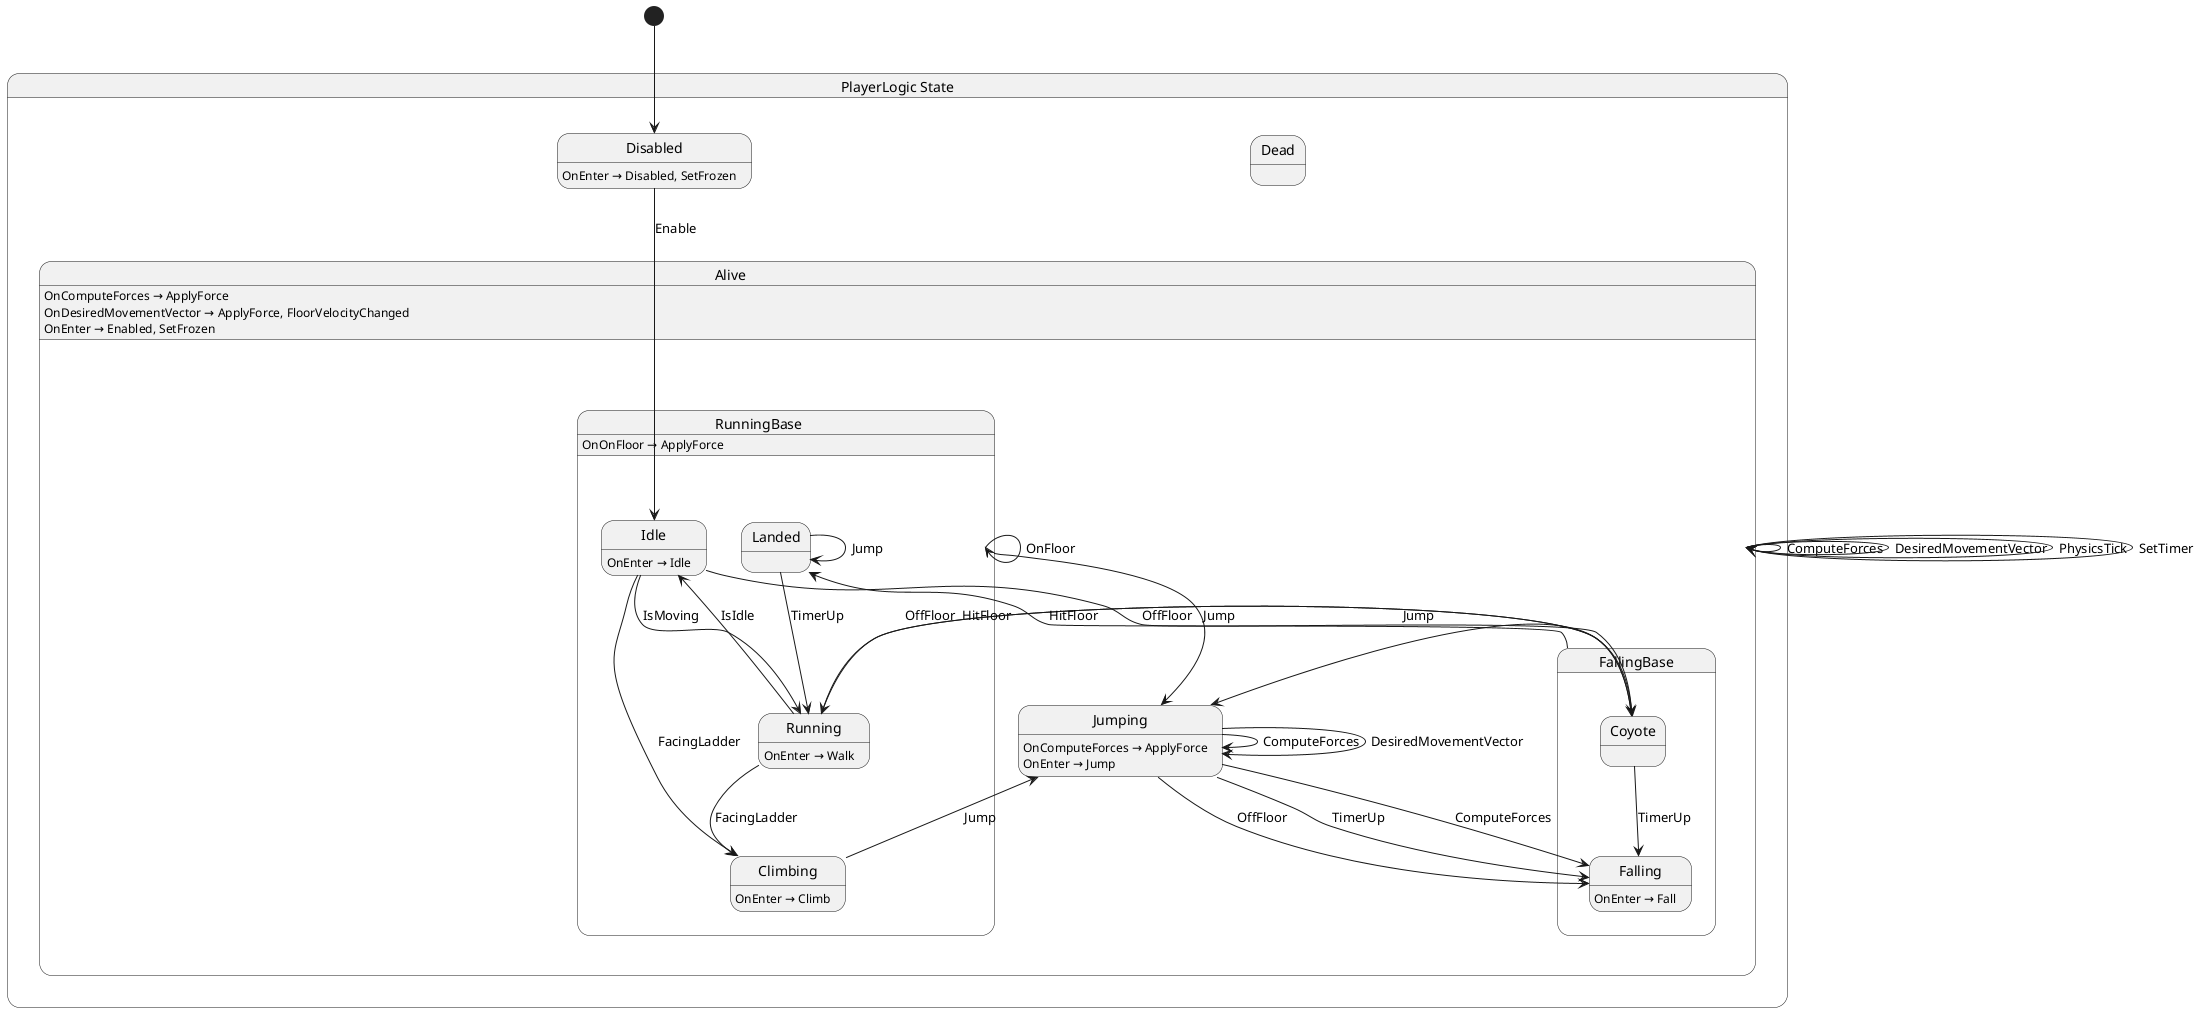
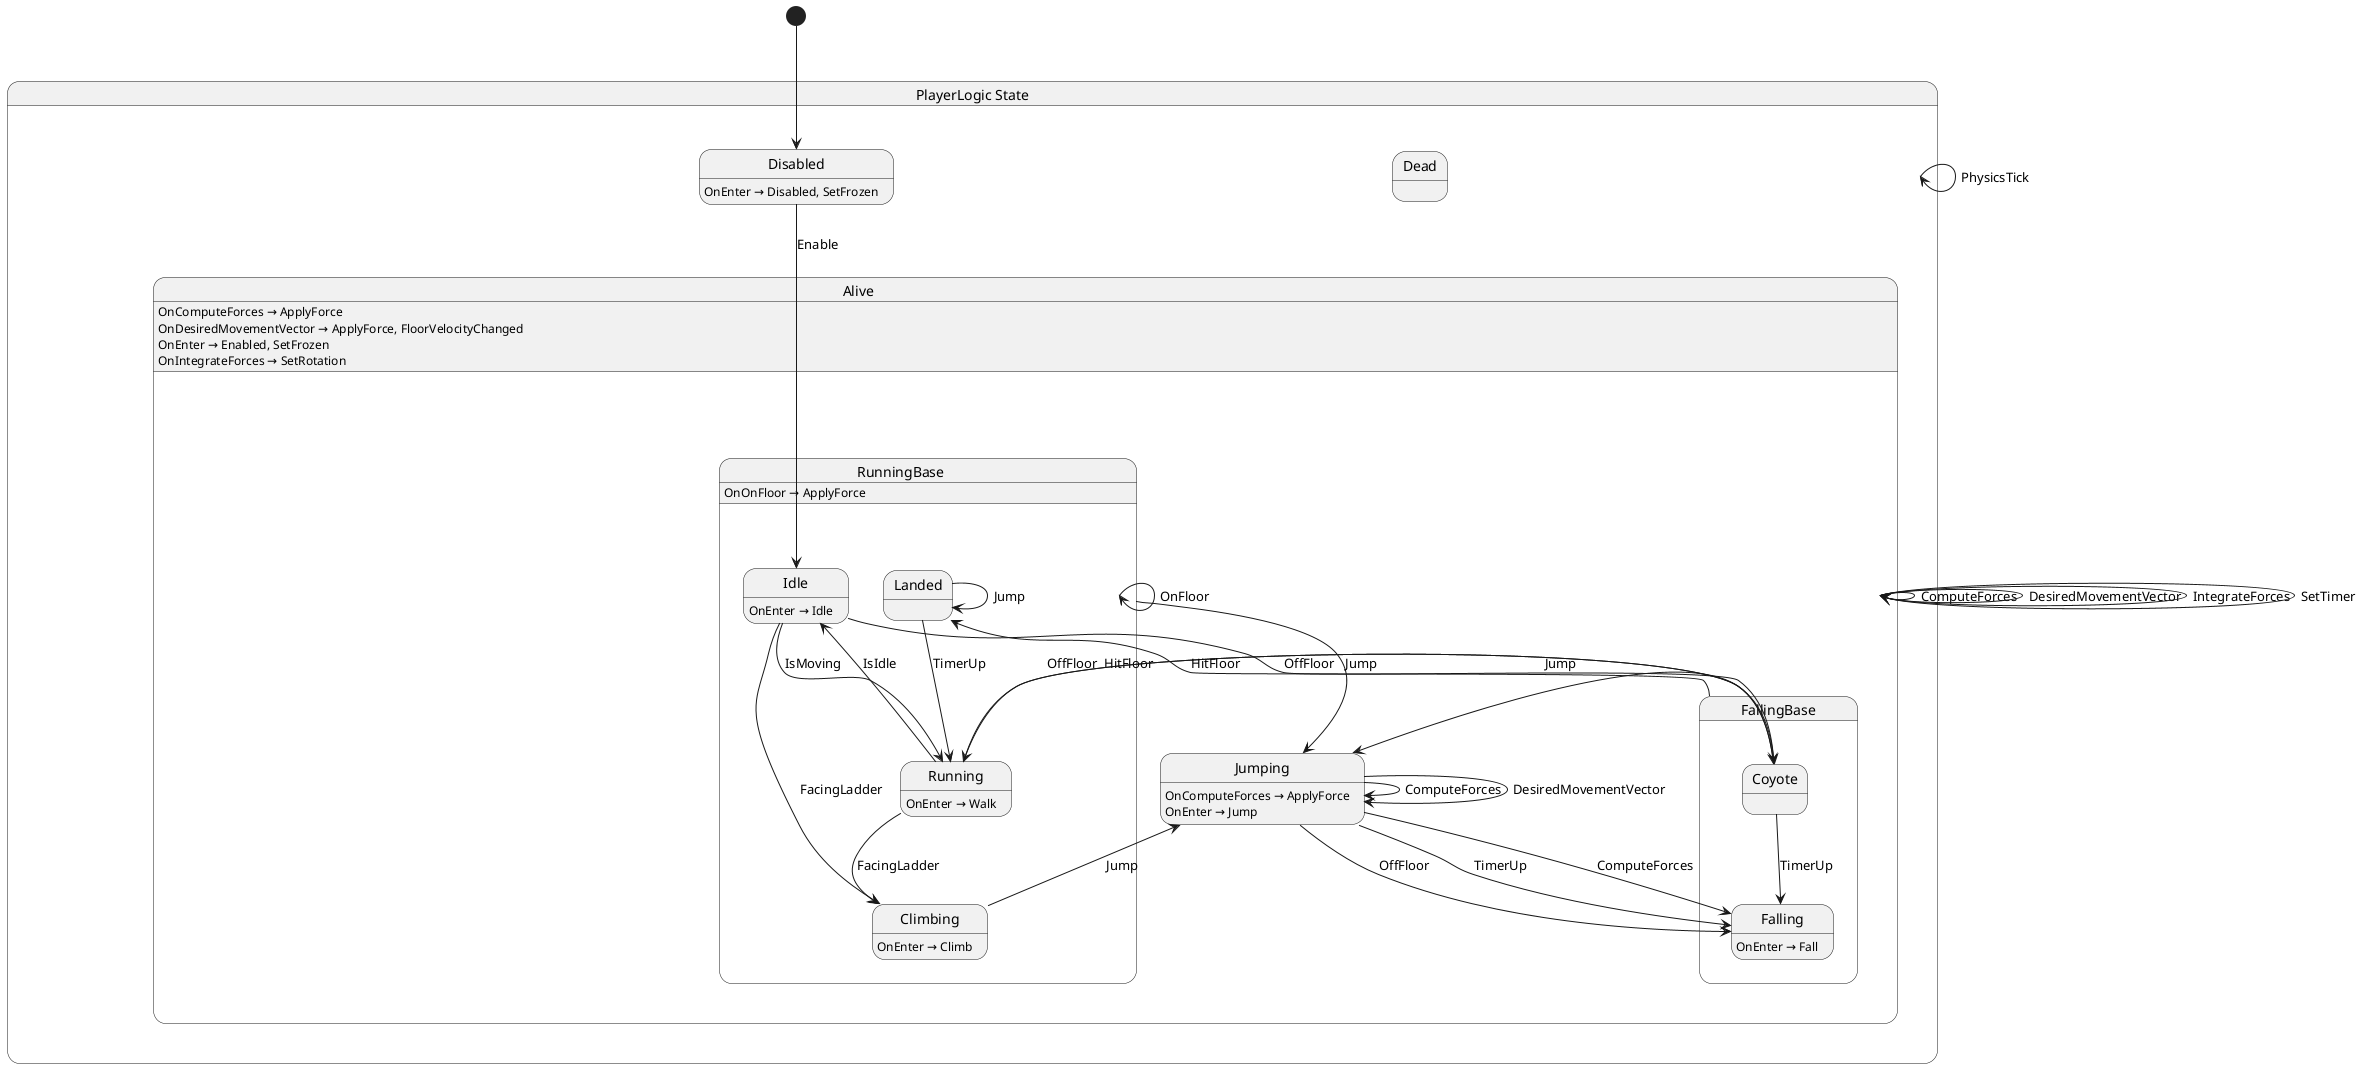
@startuml PlayerLogic
state "PlayerLogic State" as Jomolith_Play_Player_State_PlayerLogic_PlayerState {
  state "Alive" as Jomolith_Play_Player_State_PlayerLogic_PlayerState_Alive {
    state "FallingBase" as Jomolith_Play_Player_State_PlayerLogic_PlayerState_FallingBase {
      state "Coyote" as Jomolith_Play_Player_State_PlayerLogic_PlayerState_Coyote
      state "Falling" as Jomolith_Play_Player_State_PlayerLogic_PlayerState_Falling
    }
    state "Jumping" as Jomolith_Play_Player_State_PlayerLogic_PlayerState_Jumping
    state "RunningBase" as Jomolith_Play_Player_State_PlayerLogic_PlayerState_RunningBase {
      state "Climbing" as Jomolith_Play_Player_State_PlayerLogic_PlayerState_Climbing
      state "Idle" as Jomolith_Play_Player_State_PlayerLogic_PlayerState_Idle
      state "Landed" as Jomolith_Play_Player_State_PlayerLogic_PlayerState_Landed
      state "Running" as Jomolith_Play_Player_State_PlayerLogic_PlayerState_Running
    }
  }
  state "Dead" as Jomolith_Play_Player_State_PlayerLogic_PlayerState_Dead
  state "Disabled" as Jomolith_Play_Player_State_PlayerLogic_PlayerState_Disabled
}

+ Jomolith_Play_Player_State_PlayerLogic_PlayerState --> Jomolith_Play_Player_State_PlayerLogic_PlayerState : PhysicsTick
Jomolith_Play_Player_State_PlayerLogic_PlayerState_Alive --> Jomolith_Play_Player_State_PlayerLogic_PlayerState_Alive : ComputeForces
Jomolith_Play_Player_State_PlayerLogic_PlayerState_Alive --> Jomolith_Play_Player_State_PlayerLogic_PlayerState_Alive : DesiredMovementVector
- Jomolith_Play_Player_State_PlayerLogic_PlayerState_Alive --> Jomolith_Play_Player_State_PlayerLogic_PlayerState_Alive : PhysicsTick
+ Jomolith_Play_Player_State_PlayerLogic_PlayerState_Alive --> Jomolith_Play_Player_State_PlayerLogic_PlayerState_Alive : IntegrateForces
Jomolith_Play_Player_State_PlayerLogic_PlayerState_Alive --> Jomolith_Play_Player_State_PlayerLogic_PlayerState_Alive : SetTimer
Jomolith_Play_Player_State_PlayerLogic_PlayerState_Climbing --> Jomolith_Play_Player_State_PlayerLogic_PlayerState_Jumping : Jump
Jomolith_Play_Player_State_PlayerLogic_PlayerState_Coyote --> Jomolith_Play_Player_State_PlayerLogic_PlayerState_Falling : TimerUp
Jomolith_Play_Player_State_PlayerLogic_PlayerState_Coyote --> Jomolith_Play_Player_State_PlayerLogic_PlayerState_Jumping : Jump
Jomolith_Play_Player_State_PlayerLogic_PlayerState_Coyote --> Jomolith_Play_Player_State_PlayerLogic_PlayerState_Running : HitFloor
Jomolith_Play_Player_State_PlayerLogic_PlayerState_Disabled --> Jomolith_Play_Player_State_PlayerLogic_PlayerState_Idle : Enable
Jomolith_Play_Player_State_PlayerLogic_PlayerState_FallingBase --> Jomolith_Play_Player_State_PlayerLogic_PlayerState_Landed : HitFloor
Jomolith_Play_Player_State_PlayerLogic_PlayerState_Idle --> Jomolith_Play_Player_State_PlayerLogic_PlayerState_Climbing : FacingLadder
Jomolith_Play_Player_State_PlayerLogic_PlayerState_Idle --> Jomolith_Play_Player_State_PlayerLogic_PlayerState_Coyote : OffFloor
Jomolith_Play_Player_State_PlayerLogic_PlayerState_Idle --> Jomolith_Play_Player_State_PlayerLogic_PlayerState_Running : IsMoving
Jomolith_Play_Player_State_PlayerLogic_PlayerState_Jumping --> Jomolith_Play_Player_State_PlayerLogic_PlayerState_Falling : ComputeForces
Jomolith_Play_Player_State_PlayerLogic_PlayerState_Jumping --> Jomolith_Play_Player_State_PlayerLogic_PlayerState_Falling : OffFloor
Jomolith_Play_Player_State_PlayerLogic_PlayerState_Jumping --> Jomolith_Play_Player_State_PlayerLogic_PlayerState_Falling : TimerUp
Jomolith_Play_Player_State_PlayerLogic_PlayerState_Jumping --> Jomolith_Play_Player_State_PlayerLogic_PlayerState_Jumping : ComputeForces
Jomolith_Play_Player_State_PlayerLogic_PlayerState_Jumping --> Jomolith_Play_Player_State_PlayerLogic_PlayerState_Jumping : DesiredMovementVector
Jomolith_Play_Player_State_PlayerLogic_PlayerState_Landed --> Jomolith_Play_Player_State_PlayerLogic_PlayerState_Landed : Jump
Jomolith_Play_Player_State_PlayerLogic_PlayerState_Landed --> Jomolith_Play_Player_State_PlayerLogic_PlayerState_Running : TimerUp
Jomolith_Play_Player_State_PlayerLogic_PlayerState_Running --> Jomolith_Play_Player_State_PlayerLogic_PlayerState_Climbing : FacingLadder
Jomolith_Play_Player_State_PlayerLogic_PlayerState_Running --> Jomolith_Play_Player_State_PlayerLogic_PlayerState_Coyote : OffFloor
Jomolith_Play_Player_State_PlayerLogic_PlayerState_Running --> Jomolith_Play_Player_State_PlayerLogic_PlayerState_Idle : IsIdle
Jomolith_Play_Player_State_PlayerLogic_PlayerState_RunningBase --> Jomolith_Play_Player_State_PlayerLogic_PlayerState_Jumping : Jump
Jomolith_Play_Player_State_PlayerLogic_PlayerState_RunningBase --> Jomolith_Play_Player_State_PlayerLogic_PlayerState_RunningBase : OnFloor

Jomolith_Play_Player_State_PlayerLogic_PlayerState_Alive : OnComputeForces → ApplyForce
Jomolith_Play_Player_State_PlayerLogic_PlayerState_Alive : OnDesiredMovementVector → ApplyForce, FloorVelocityChanged
Jomolith_Play_Player_State_PlayerLogic_PlayerState_Alive : OnEnter → Enabled, SetFrozen
+ Jomolith_Play_Player_State_PlayerLogic_PlayerState_Alive : OnIntegrateForces → SetRotation
Jomolith_Play_Player_State_PlayerLogic_PlayerState_Climbing : OnEnter → Climb
Jomolith_Play_Player_State_PlayerLogic_PlayerState_Disabled : OnEnter → Disabled, SetFrozen
Jomolith_Play_Player_State_PlayerLogic_PlayerState_Falling : OnEnter → Fall
Jomolith_Play_Player_State_PlayerLogic_PlayerState_Idle : OnEnter → Idle
Jomolith_Play_Player_State_PlayerLogic_PlayerState_Jumping : OnComputeForces → ApplyForce
Jomolith_Play_Player_State_PlayerLogic_PlayerState_Jumping : OnEnter → Jump
Jomolith_Play_Player_State_PlayerLogic_PlayerState_Running : OnEnter → Walk
Jomolith_Play_Player_State_PlayerLogic_PlayerState_RunningBase : OnOnFloor → ApplyForce

[*] --> Jomolith_Play_Player_State_PlayerLogic_PlayerState_Disabled
@enduml